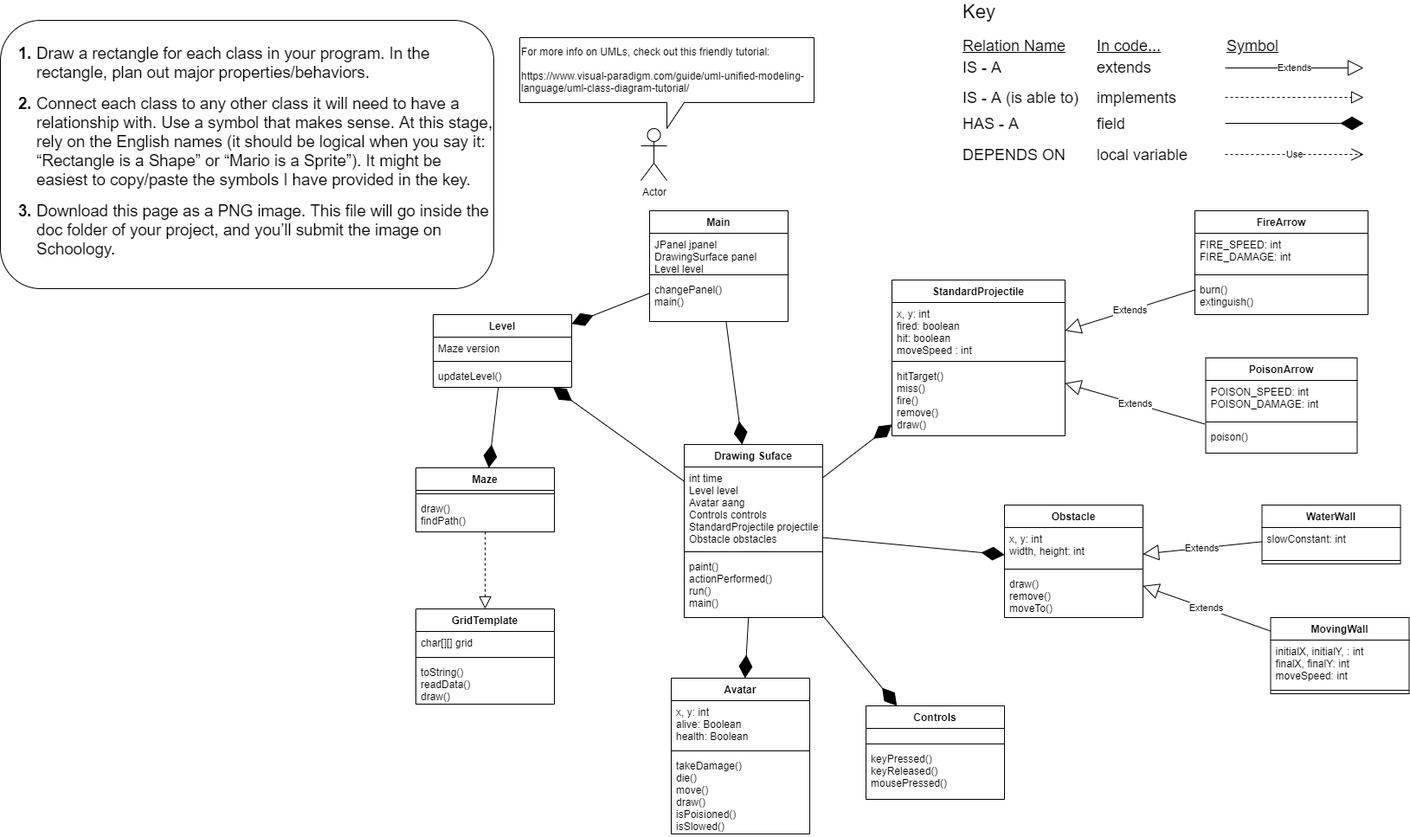
Before: SAR/doc/Beat the Computer UML.png, a diagram exported from draw.io (HHSAPCompSci2020/capstone-project-sar). Source tidied: cells renumbered, new cells last; positions are measured from the earlier drawing's top-left corner, leaving out a move shared by most shapes.
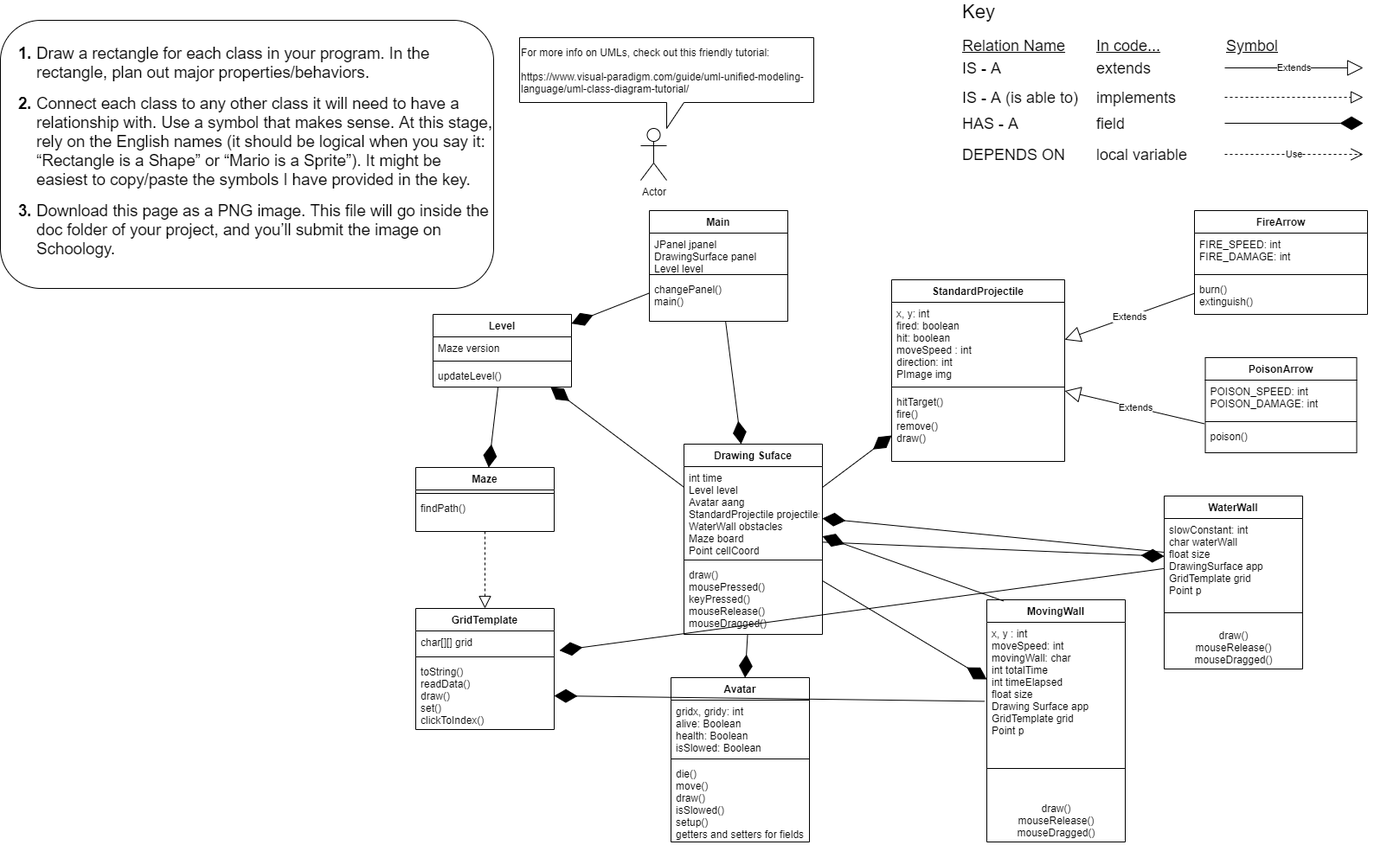
The same file after the commit.

The edit, as a diff of the source:
```diff
@@ -71,41 +71,17 @@
         <mxPoint x="1575" y="75" as="targetPoint" />
       </mxGeometry>
     </mxCell>
-    <mxCell id="21" value="Obstacle&#10;" style="swimlane;fontStyle=1;align=center;verticalAlign=top;horizontal=1;startSize=26;" parent="1" vertex="1">
-      <mxGeometry x="1160" y="580" width="160" height="130" as="geometry" />
-    </mxCell>
-    <mxCell id="22" value="x, y: int&#10;width, height: int&#10;" style="text;strokeColor=none;fillColor=none;align=left;verticalAlign=top;spacingLeft=4;spacingRight=4;overflow=hidden;" parent="21" vertex="1">
-      <mxGeometry y="26" width="160" height="44" as="geometry" />
-    </mxCell>
-    <mxCell id="23" style="line;strokeWidth=1;fillColor=none;align=left;verticalAlign=middle;spacingTop=-1;spacingLeft=3;spacingRight=3;labelPosition=right;" parent="21" vertex="1">
-      <mxGeometry y="70" width="160" height="8" as="geometry" />
-    </mxCell>
-    <mxCell id="24" value="draw()&#10;remove()&#10;moveTo()" style="text;strokeColor=none;fillColor=none;align=left;verticalAlign=top;spacingLeft=4;spacingRight=4;overflow=hidden;" parent="21" vertex="1">
-      <mxGeometry y="78" width="160" height="52" as="geometry" />
-    </mxCell>
-    <mxCell id="25" value="Controls" style="swimlane;fontStyle=1;align=center;verticalAlign=top;horizontal=1;startSize=26;" parent="1" vertex="1">
-      <mxGeometry x="1000" y="812" width="160" height="108" as="geometry" />
-    </mxCell>
-    <mxCell id="26" value=" " style="text;strokeColor=none;fillColor=none;align=left;verticalAlign=top;spacingLeft=4;spacingRight=4;overflow=hidden;" parent="25" vertex="1">
-      <mxGeometry y="26" width="160" height="14" as="geometry" />
-    </mxCell>
-    <mxCell id="27" style="line;strokeWidth=1;fillColor=none;align=left;verticalAlign=middle;spacingTop=-1;spacingLeft=3;spacingRight=3;labelPosition=right;" parent="25" vertex="1">
-      <mxGeometry y="40" width="160" height="8" as="geometry" />
-    </mxCell>
-    <mxCell id="28" value="keyPressed()&#10;keyReleased()&#10;mousePressed()" style="text;strokeColor=none;fillColor=none;align=left;verticalAlign=top;spacingLeft=4;spacingRight=4;overflow=hidden;" parent="25" vertex="1">
-      <mxGeometry y="48" width="160" height="60" as="geometry" />
-    </mxCell>
     <mxCell id="29" value="Drawing Suface" style="swimlane;fontStyle=1;align=center;verticalAlign=top;horizontal=1;startSize=26;" parent="1" vertex="1">
-      <mxGeometry x="790" y="510" width="160" height="200" as="geometry" />
+      <mxGeometry x="790" y="510" width="160" height="220" as="geometry" />
     </mxCell>
-    <mxCell id="30" value="int time&#10;Level level&#10;Avatar aang&#10;Controls controls&#10;StandardProjectile projectiles&#10;Obstacle obstacles" style="text;strokeColor=none;fillColor=none;align=left;verticalAlign=top;spacingLeft=4;spacingRight=4;overflow=hidden;points=[[0,0.5],[1,0.5]];portConstraint=eastwest;" parent="29" vertex="1">
-      <mxGeometry y="26" width="160" height="94" as="geometry" />
+    <mxCell id="30" value="int time&#10;Level level&#10;Avatar aang&#10;StandardProjectile projectiles&#10;WaterWall obstacles&#10;Maze board&#10;Point cellCoord" style="text;strokeColor=none;fillColor=none;align=left;verticalAlign=top;spacingLeft=4;spacingRight=4;overflow=hidden;points=[[0,0.5],[1,0.5]];portConstraint=eastwest;" parent="29" vertex="1">
+      <mxGeometry y="26" width="160" height="104" as="geometry" />
     </mxCell>
     <mxCell id="31" style="line;strokeWidth=1;fillColor=none;align=left;verticalAlign=middle;spacingTop=-1;spacingLeft=3;spacingRight=3;labelPosition=right;" parent="29" vertex="1">
-      <mxGeometry y="120" width="160" height="8" as="geometry" />
+      <mxGeometry y="130" width="160" height="8" as="geometry" />
     </mxCell>
-    <mxCell id="32" value="paint()&#10;actionPerformed()&#10;run()&#10;main()" style="text;strokeColor=none;fillColor=none;align=left;verticalAlign=top;spacingLeft=4;spacingRight=4;overflow=hidden;" parent="29" vertex="1">
-      <mxGeometry y="128" width="160" height="72" as="geometry" />
+    <mxCell id="32" value="draw()&#10;mousePressed()&#10;keyPressed()&#10;mouseRelease()&#10;mouseDragged()" style="text;strokeColor=none;fillColor=none;align=left;verticalAlign=top;spacingLeft=4;spacingRight=4;overflow=hidden;" parent="29" vertex="1">
+      <mxGeometry y="138" width="160" height="82" as="geometry" />
     </mxCell>
     <mxCell id="33" value="Maze" style="swimlane;fontStyle=1;align=center;verticalAlign=top;horizontal=1;startSize=26;" parent="1" vertex="1">
       <mxGeometry x="480" y="537" width="160" height="74" as="geometry" />
@@ -113,7 +89,7 @@
     <mxCell id="34" style="line;strokeWidth=1;fillColor=none;align=left;verticalAlign=middle;spacingTop=-1;spacingLeft=3;spacingRight=3;labelPosition=right;" parent="33" vertex="1">
       <mxGeometry y="26" width="160" height="8" as="geometry" />
     </mxCell>
-    <mxCell id="35" value="draw()&#10;findPath()" style="text;strokeColor=none;fillColor=none;align=left;verticalAlign=top;spacingLeft=4;spacingRight=4;overflow=hidden;" parent="33" vertex="1">
+    <mxCell id="35" value="findPath()" style="text;strokeColor=none;fillColor=none;align=left;verticalAlign=top;spacingLeft=4;spacingRight=4;overflow=hidden;" parent="33" vertex="1">
       <mxGeometry y="34" width="160" height="40" as="geometry" />
     </mxCell>
     <mxCell id="36" value="Level" style="swimlane;fontStyle=1;align=center;verticalAlign=top;horizontal=1;startSize=26;" parent="1" vertex="1">
@@ -129,31 +105,31 @@
       <mxGeometry y="58" width="160" height="26" as="geometry" />
     </mxCell>
     <mxCell id="40" value="Avatar" style="swimlane;fontStyle=1;align=center;verticalAlign=top;horizontal=1;startSize=26;" parent="1" vertex="1">
-      <mxGeometry x="775" y="780" width="160" height="180" as="geometry" />
+      <mxGeometry x="775" y="780" width="160" height="190" as="geometry" />
     </mxCell>
-    <mxCell id="41" value="x, y: int&#10;alive: Boolean&#10;health: Boolean&#10;" style="text;strokeColor=none;fillColor=none;align=left;verticalAlign=top;spacingLeft=4;spacingRight=4;overflow=hidden;" parent="40" vertex="1">
-      <mxGeometry y="26" width="160" height="54" as="geometry" />
+    <mxCell id="41" value="gridx, gridy: int&#10;alive: Boolean&#10;health: Boolean&#10;isSlowed: Boolean" style="text;strokeColor=none;fillColor=none;align=left;verticalAlign=top;spacingLeft=4;spacingRight=4;overflow=hidden;" parent="40" vertex="1">
+      <mxGeometry y="26" width="160" height="64" as="geometry" />
     </mxCell>
     <mxCell id="42" style="line;strokeWidth=1;fillColor=none;align=left;verticalAlign=middle;spacingTop=-1;spacingLeft=3;spacingRight=3;labelPosition=right;" parent="40" vertex="1">
-      <mxGeometry y="80" width="160" height="8" as="geometry" />
+      <mxGeometry y="90" width="160" height="8" as="geometry" />
     </mxCell>
-    <mxCell id="43" value="takeDamage()&#10;die()&#10;move()&#10;draw()&#10;isPoisioned()&#10;isSlowed()" style="text;strokeColor=none;fillColor=none;align=left;verticalAlign=top;spacingLeft=4;spacingRight=4;overflow=hidden;" parent="40" vertex="1">
-      <mxGeometry y="88" width="160" height="92" as="geometry" />
+    <mxCell id="43" value="die()&#10;move()&#10;draw()&#10;isSlowed()&#10;setup()&#10;getters and setters for fields" style="text;strokeColor=none;fillColor=none;align=left;verticalAlign=top;spacingLeft=4;spacingRight=4;overflow=hidden;" parent="40" vertex="1">
+      <mxGeometry y="98" width="160" height="92" as="geometry" />
     </mxCell>
     <mxCell id="44" value="StandardProjectile" style="swimlane;fontStyle=1;align=center;verticalAlign=top;horizontal=1;startSize=26;" parent="1" vertex="1">
-      <mxGeometry x="1030" y="320" width="200" height="180" as="geometry" />
+      <mxGeometry x="1030" y="320" width="200" height="210" as="geometry" />
     </mxCell>
-    <mxCell id="45" value="x, y: int&#10;fired: boolean&#10;hit: boolean&#10;moveSpeed : int" style="text;strokeColor=none;fillColor=none;align=left;verticalAlign=top;spacingLeft=4;spacingRight=4;overflow=hidden;" parent="44" vertex="1">
-      <mxGeometry y="26" width="200" height="64" as="geometry" />
+    <mxCell id="45" value="x, y: int&#10;fired: boolean&#10;hit: boolean&#10;moveSpeed : int&#10;direction: int&#10;PImage img" style="text;strokeColor=none;fillColor=none;align=left;verticalAlign=top;spacingLeft=4;spacingRight=4;overflow=hidden;" parent="44" vertex="1">
+      <mxGeometry y="26" width="200" height="94" as="geometry" />
     </mxCell>
     <mxCell id="46" style="line;strokeWidth=1;fillColor=none;align=left;verticalAlign=middle;spacingTop=-1;spacingLeft=3;spacingRight=3;labelPosition=right;" parent="44" vertex="1">
-      <mxGeometry y="90" width="200" height="8" as="geometry" />
+      <mxGeometry y="120" width="200" height="8" as="geometry" />
     </mxCell>
-    <mxCell id="47" value="hitTarget()&#10;miss()&#10;fire()&#10;remove()&#10;draw()" style="text;strokeColor=none;fillColor=none;align=left;verticalAlign=top;spacingLeft=4;spacingRight=4;overflow=hidden;" parent="44" vertex="1">
-      <mxGeometry y="98" width="200" height="82" as="geometry" />
+    <mxCell id="47" value="hitTarget()&#10;fire()&#10;remove()&#10;draw()" style="text;strokeColor=none;fillColor=none;align=left;verticalAlign=top;spacingLeft=4;spacingRight=4;overflow=hidden;" parent="44" vertex="1">
+      <mxGeometry y="128" width="200" height="82" as="geometry" />
     </mxCell>
     <mxCell id="48" value="GridTemplate" style="swimlane;fontStyle=1;align=center;verticalAlign=top;horizontal=1;startSize=26;" parent="1" vertex="1">
-      <mxGeometry x="480" y="700" width="160" height="110" as="geometry" />
+      <mxGeometry x="480" y="700" width="160" height="140" as="geometry" />
     </mxCell>
     <mxCell id="49" value="char[][] grid" style="text;strokeColor=none;fillColor=none;align=left;verticalAlign=top;spacingLeft=4;spacingRight=4;overflow=hidden;" parent="48" vertex="1">
       <mxGeometry y="26" width="160" height="26" as="geometry" />
@@ -161,8 +137,8 @@
     <mxCell id="50" style="line;strokeWidth=1;fillColor=none;align=left;verticalAlign=middle;spacingTop=-1;spacingLeft=3;spacingRight=3;labelPosition=right;" parent="48" vertex="1">
       <mxGeometry y="52" width="160" height="8" as="geometry" />
     </mxCell>
-    <mxCell id="51" value="toString()&#10;readData()&#10;draw()" style="text;strokeColor=none;fillColor=none;align=left;verticalAlign=top;spacingLeft=4;spacingRight=4;overflow=hidden;points=[[0,0.5],[1,0.5]];portConstraint=eastwest;" parent="48" vertex="1">
-      <mxGeometry y="60" width="160" height="50" as="geometry" />
+    <mxCell id="51" value="toString()&#10;readData()&#10;draw()&#10;set()&#10;clickToIndex()" style="text;strokeColor=none;fillColor=none;align=left;verticalAlign=top;spacingLeft=4;spacingRight=4;overflow=hidden;points=[[0,0.5],[1,0.5]];portConstraint=eastwest;" parent="48" vertex="1">
+      <mxGeometry y="60" width="160" height="80" as="geometry" />
     </mxCell>
     <mxCell id="52" value="Main" style="swimlane;fontStyle=1;align=center;verticalAlign=top;horizontal=1;startSize=26;" parent="1" vertex="1">
       <mxGeometry x="750" y="240" width="160" height="128" as="geometry" />
@@ -179,9 +155,6 @@
     <mxCell id="56" style="endArrow=diamondThin;endFill=1;endSize=24;html=1;" parent="1" edge="1" source="52" target="29">
       <mxGeometry relative="1" as="geometry" />
     </mxCell>
-    <mxCell id="57" value="Extends" style="endArrow=block;endSize=16;endFill=0;html=1;" parent="1" edge="1" source="80" target="21">
-      <mxGeometry relative="1" as="geometry" />
-    </mxCell>
     <mxCell id="58" value="Extends" style="endArrow=block;endSize=16;endFill=0;html=1;" parent="1" edge="1" source="69" target="44">
       <mxGeometry relative="1" as="geometry" />
     </mxCell>
@@ -194,9 +167,6 @@
     <mxCell id="61" style="endArrow=block;dashed=1;endFill=0;endSize=12;html=1;" parent="1" edge="1" source="33" target="48">
       <mxGeometry relative="1" as="geometry" />
     </mxCell>
-    <mxCell id="62" style="endArrow=diamondThin;endFill=1;endSize=24;html=1;" parent="1" edge="1" source="29" target="25">
-      <mxGeometry relative="1" as="geometry" />
-    </mxCell>
     <mxCell id="63" style="endArrow=diamondThin;endFill=1;endSize=24;html=1;" parent="1" edge="1" source="29" target="40">
       <mxGeometry relative="1" as="geometry" />
     </mxCell>
@@ -209,12 +179,9 @@
     <mxCell id="66" style="endArrow=diamondThin;endFill=1;endSize=24;html=1;" parent="1" edge="1" source="29" target="44">
       <mxGeometry relative="1" as="geometry" />
     </mxCell>
-    <mxCell id="67" style="endArrow=diamondThin;endFill=1;endSize=24;html=1;" parent="1" edge="1" source="29" target="21">
+    <mxCell id="67" style="endArrow=diamondThin;endFill=1;endSize=24;html=1;" parent="1" edge="1" source="29" target="81">
       <mxGeometry relative="1" as="geometry" />
     </mxCell>
-    <mxCell id="68" value="Extends" style="endArrow=block;endSize=16;endFill=0;html=1;" parent="1" edge="1" source="77" target="21">
-      <mxGeometry relative="1" as="geometry" />
-    </mxCell>
     <mxCell id="69" value="FireArrow" style="swimlane;fontStyle=1;align=center;verticalAlign=top;horizontal=1;startSize=26;" parent="1" vertex="1">
       <mxGeometry x="1380" y="240" width="200" height="120" as="geometry" />
     </mxCell>
@@ -240,22 +207,43 @@
       <mxGeometry y="78" width="175" height="32" as="geometry" />
     </mxCell>
     <mxCell id="77" value="MovingWall" style="swimlane;fontStyle=1;align=center;verticalAlign=top;horizontal=1;startSize=26;" parent="1" vertex="1">
-      <mxGeometry x="1467.5" y="710" width="160" height="88" as="geometry" />
+      <mxGeometry x="1140" y="690" width="160" height="280" as="geometry" />
     </mxCell>
-    <mxCell id="78" value="initialX, initialY, : int&#10;finalX, finalY: int&#10;moveSpeed: int&#10;" style="text;strokeColor=none;fillColor=none;align=left;verticalAlign=top;spacingLeft=4;spacingRight=4;overflow=hidden;points=[[0,0.5],[1,0.5]];portConstraint=eastwest;" parent="77" vertex="1">
-      <mxGeometry y="26" width="160" height="54" as="geometry" />
+    <mxCell id="78" value="x, y : int&#10;moveSpeed: int&#10;movingWall: char&#10;int totalTime&#10;int timeElapsed&#10;float size&#10;Drawing Surface app&#10;GridTemplate grid&#10;Point p" style="text;strokeColor=none;fillColor=none;align=left;verticalAlign=top;spacingLeft=4;spacingRight=4;overflow=hidden;points=[[0,0.5],[1,0.5]];portConstraint=eastwest;" parent="77" vertex="1">
+      <mxGeometry y="26" width="160" height="134" as="geometry" />
     </mxCell>
     <mxCell id="79" style="line;strokeWidth=1;fillColor=none;align=left;verticalAlign=middle;spacingTop=-1;spacingLeft=3;spacingRight=3;labelPosition=right;" parent="77" vertex="1">
-      <mxGeometry y="80" width="160" height="8" as="geometry" />
+      <mxGeometry y="160" width="160" height="70" as="geometry" />
     </mxCell>
+    <mxCell id="83" value="draw()&lt;br&gt;mouseRelease()&lt;br&gt;mouseDragged()" style="text;html=1;align=center;verticalAlign=middle;strokeColor=none;" parent="77" vertex="1">
+      <mxGeometry y="230" width="160" height="50" as="geometry" />
+    </mxCell>
     <mxCell id="80" value="WaterWall" style="swimlane;fontStyle=1;align=center;verticalAlign=top;horizontal=1;startSize=26;" parent="1" vertex="1">
-      <mxGeometry x="1457.5" y="580" width="160" height="68" as="geometry" />
+      <mxGeometry x="1345" y="570" width="160" height="200" as="geometry" />
     </mxCell>
-    <mxCell id="81" value="slowConstant: int&#10;" style="text;strokeColor=none;fillColor=none;align=left;verticalAlign=top;spacingLeft=4;spacingRight=4;overflow=hidden;points=[[0,0.5],[1,0.5]];portConstraint=eastwest;" parent="80" vertex="1">
-      <mxGeometry y="26" width="160" height="34" as="geometry" />
+    <mxCell id="81" value="slowConstant: int&#10;char waterWall&#10;float size&#10;DrawingSurface app&#10;GridTemplate grid&#10;Point p" style="text;strokeColor=none;fillColor=none;align=left;verticalAlign=top;spacingLeft=4;spacingRight=4;overflow=hidden;points=[[0,0.5],[1,0.5]];portConstraint=eastwest;" parent="80" vertex="1">
+      <mxGeometry y="26" width="160" height="94" as="geometry" />
     </mxCell>
     <mxCell id="82" style="line;strokeWidth=1;fillColor=none;align=left;verticalAlign=middle;spacingTop=-1;spacingLeft=3;spacingRight=3;labelPosition=right;" parent="80" vertex="1">
-      <mxGeometry y="60" width="160" height="8" as="geometry" />
+      <mxGeometry y="120" width="160" height="30" as="geometry" />
     </mxCell>
+    <mxCell id="84" value="draw()&lt;br&gt;mouseRelease()&lt;br&gt;mouseDragged()" style="text;html=1;align=center;verticalAlign=middle;strokeColor=none;" parent="80" vertex="1">
+      <mxGeometry y="150" width="160" height="50" as="geometry" />
+    </mxCell>
+    <mxCell id="85" style="endArrow=diamondThin;endFill=1;endSize=24;html=1;" parent="1" edge="1" source="29" target="77">
+      <mxGeometry relative="1" as="geometry" />
+    </mxCell>
+    <mxCell id="86" style="endArrow=diamondThin;endFill=1;endSize=24;html=1;exitX=0.121;exitY=0.005;exitDx=0;exitDy=0;exitPerimeter=0;" parent="1" edge="1" source="77" target="30">
+      <mxGeometry relative="1" as="geometry" />
+    </mxCell>
+    <mxCell id="87" style="endArrow=diamondThin;endFill=1;endSize=24;html=1;" parent="1" edge="1" source="81" target="30">
+      <mxGeometry relative="1" as="geometry" />
+    </mxCell>
+    <mxCell id="88" style="endArrow=diamondThin;endFill=1;endSize=24;html=1;exitX=-0.017;exitY=0.682;exitDx=0;exitDy=0;exitPerimeter=0;" parent="1" edge="1" source="78" target="51">
+      <mxGeometry relative="1" as="geometry" />
+    </mxCell>
+    <mxCell id="89" style="endArrow=diamondThin;endFill=1;endSize=24;html=1;entryX=1.038;entryY=-0.142;entryDx=0;entryDy=0;entryPerimeter=0;" parent="1" edge="1" source="81" target="51">
+      <mxGeometry relative="1" as="geometry" />
+    </mxCell>
   </root>
 </mxGraphModel>
```
